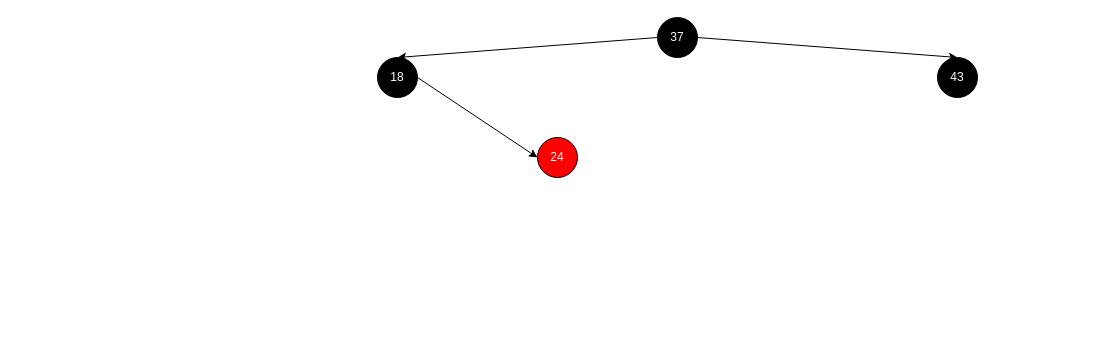
The draw.io diagram Untitled Diagram.drawio in semihhdemirel/semihhdemirel, before the edit. Source tidied: cells renumbered, new cells numbered last; positions are measured from the earlier drawing's top-left corner, leaving out a move shared by most shapes. Both pictures are drawn from the tidied source at 100%, with x=0, y=0 at pixel (377, 17).
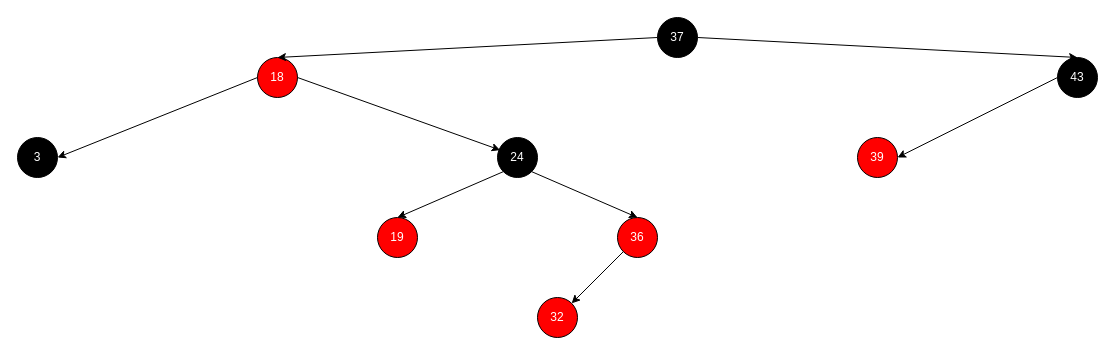
Above is the later version.

Unchanged cells that the change refers to:
```xml
<mxCell id="2" value="&lt;font color=&quot;#ffffff&quot;&gt;37&lt;/font&gt;" style="ellipse;whiteSpace=wrap;html=1;fillColor=#000000;" parent="1" vertex="1">
  <mxGeometry x="280" width="40" height="40" as="geometry" />
</mxCell>
```

The edit, as a diff of the source:
```diff
@@
-    <mxCell id="3" value="&lt;font color=&quot;#ffffff&quot;&gt;18&lt;/font&gt;" style="ellipse;whiteSpace=wrap;html=1;fillColor=#000000;" parent="1" vertex="1">
-      <mxGeometry y="40" width="40" height="40" as="geometry" />
+    <mxCell id="3" value="&lt;font color=&quot;#ffffff&quot;&gt;18&lt;/font&gt;" style="ellipse;whiteSpace=wrap;html=1;fillColor=#FF0000;" parent="1" vertex="1">
+      <mxGeometry x="-120" y="40" width="40" height="40" as="geometry" />
     </mxCell>
-    <mxCell id="4" style="endArrow=classic;html=1;rounded=0;entryX=0.5;entryY=0;entryDx=0;entryDy=0;" parent="1" edge="1" target="3">
-      <mxGeometry relative="1" as="geometry">
-        <mxPoint x="280" y="20" as="sourcePoint" />
-      </mxGeometry>
+    <mxCell id="4" style="endArrow=classic;html=1;rounded=0;entryX=0.5;entryY=0;entryDx=0;entryDy=0;exitX=0;exitY=0.5;exitDx=0;exitDy=0;" parent="1" edge="1" source="2" target="3">
+      <mxGeometry relative="1" as="geometry" />
     </mxCell>
     <mxCell id="5" value="&lt;font color=&quot;#ffffff&quot;&gt;43&lt;/font&gt;" style="ellipse;whiteSpace=wrap;html=1;fillColor=#000000;" parent="1" vertex="1">
-      <mxGeometry x="560" y="40" width="40" height="40" as="geometry" />
+      <mxGeometry x="680" y="40" width="40" height="40" as="geometry" />
     </mxCell>
@@
-    <mxCell id="7" value="&lt;font color=&quot;#ffffff&quot;&gt;24&lt;/font&gt;" style="ellipse;whiteSpace=wrap;html=1;fillColor=#ff0000;" parent="1" vertex="1">
-      <mxGeometry x="160" y="120" width="40" height="40" as="geometry" />
+    <mxCell id="7" value="&lt;font color=&quot;#ffffff&quot;&gt;24&lt;/font&gt;" style="ellipse;whiteSpace=wrap;html=1;fillColor=#000000;" parent="1" vertex="1">
+      <mxGeometry x="120" y="120" width="40" height="40" as="geometry" />
     </mxCell>
-    <mxCell id="8" style="endArrow=classic;html=1;rounded=0;entryX=0;entryY=0.5;entryDx=0;entryDy=0;" parent="1" edge="1" target="7">
+    <mxCell id="8" style="endArrow=classic;html=1;rounded=0;entryX=0.067;entryY=0.315;entryDx=0;entryDy=0;entryPerimeter=0;" parent="1" edge="1" target="7">
       <mxGeometry relative="1" as="geometry">
-        <mxPoint x="40" y="60" as="sourcePoint" />
+        <mxPoint x="-80" y="60" as="sourcePoint" />
       </mxGeometry>
     </mxCell>
+    <mxCell id="9" value="&lt;font color=&quot;#ffffff&quot;&gt;3&lt;/font&gt;" style="ellipse;whiteSpace=wrap;html=1;fillColor=#000000;" parent="1" vertex="1">
+      <mxGeometry x="-360" y="120" width="40" height="40" as="geometry" />
+    </mxCell>
+    <mxCell id="10" style="endArrow=classic;html=1;rounded=0;entryX=1;entryY=0.5;entryDx=0;entryDy=0;" parent="1" edge="1" target="9">
+      <mxGeometry relative="1" as="geometry">
+        <mxPoint x="-120" y="60" as="sourcePoint" />
+      </mxGeometry>
+    </mxCell>
+    <mxCell id="11" value="&lt;font color=&quot;#ffffff&quot;&gt;39&lt;/font&gt;" style="ellipse;whiteSpace=wrap;html=1;fillColor=#ff0000;" parent="1" vertex="1">
+      <mxGeometry x="480" y="120" width="40" height="40" as="geometry" />
+    </mxCell>
+    <mxCell id="12" style="endArrow=classic;html=1;rounded=0;entryX=1;entryY=0.5;entryDx=0;entryDy=0;exitX=0;exitY=0.5;exitDx=0;exitDy=0;" parent="1" edge="1" source="5" target="11">
+      <mxGeometry relative="1" as="geometry" />
+    </mxCell>
+    <mxCell id="13" value="&lt;font color=&quot;#ffffff&quot;&gt;36&lt;/font&gt;" style="ellipse;whiteSpace=wrap;html=1;fillColor=#ff0000;" parent="1" vertex="1">
+      <mxGeometry x="240" y="200" width="40" height="40" as="geometry" />
+    </mxCell>
+    <mxCell id="14" style="endArrow=classic;html=1;rounded=0;entryX=0.5;entryY=0;entryDx=0;entryDy=0;exitX=1;exitY=1;exitDx=0;exitDy=0;" parent="1" edge="1" source="7" target="13">
+      <mxGeometry relative="1" as="geometry" />
+    </mxCell>
+    <mxCell id="15" value="&lt;font color=&quot;#ffffff&quot;&gt;19&lt;/font&gt;" style="ellipse;whiteSpace=wrap;html=1;fillColor=#ff0000;" parent="1" vertex="1">
+      <mxGeometry y="200" width="40" height="40" as="geometry" />
+    </mxCell>
+    <mxCell id="16" style="endArrow=classic;html=1;rounded=0;entryX=0.5;entryY=0;entryDx=0;entryDy=0;exitX=0;exitY=1;exitDx=0;exitDy=0;" parent="1" edge="1" source="7" target="15">
+      <mxGeometry relative="1" as="geometry" />
+    </mxCell>
+    <mxCell id="17" value="&lt;font color=&quot;#ffffff&quot;&gt;32&lt;/font&gt;" style="ellipse;whiteSpace=wrap;html=1;fillColor=#ff0000;" parent="1" vertex="1">
+      <mxGeometry x="160" y="280" width="40" height="40" as="geometry" />
+    </mxCell>
+    <mxCell id="18" style="endArrow=classic;html=1;rounded=0;entryX=1;entryY=0;entryDx=0;entryDy=0;" parent="1" edge="1" source="13" target="17">
+      <mxGeometry relative="1" as="geometry" />
+    </mxCell>
```
